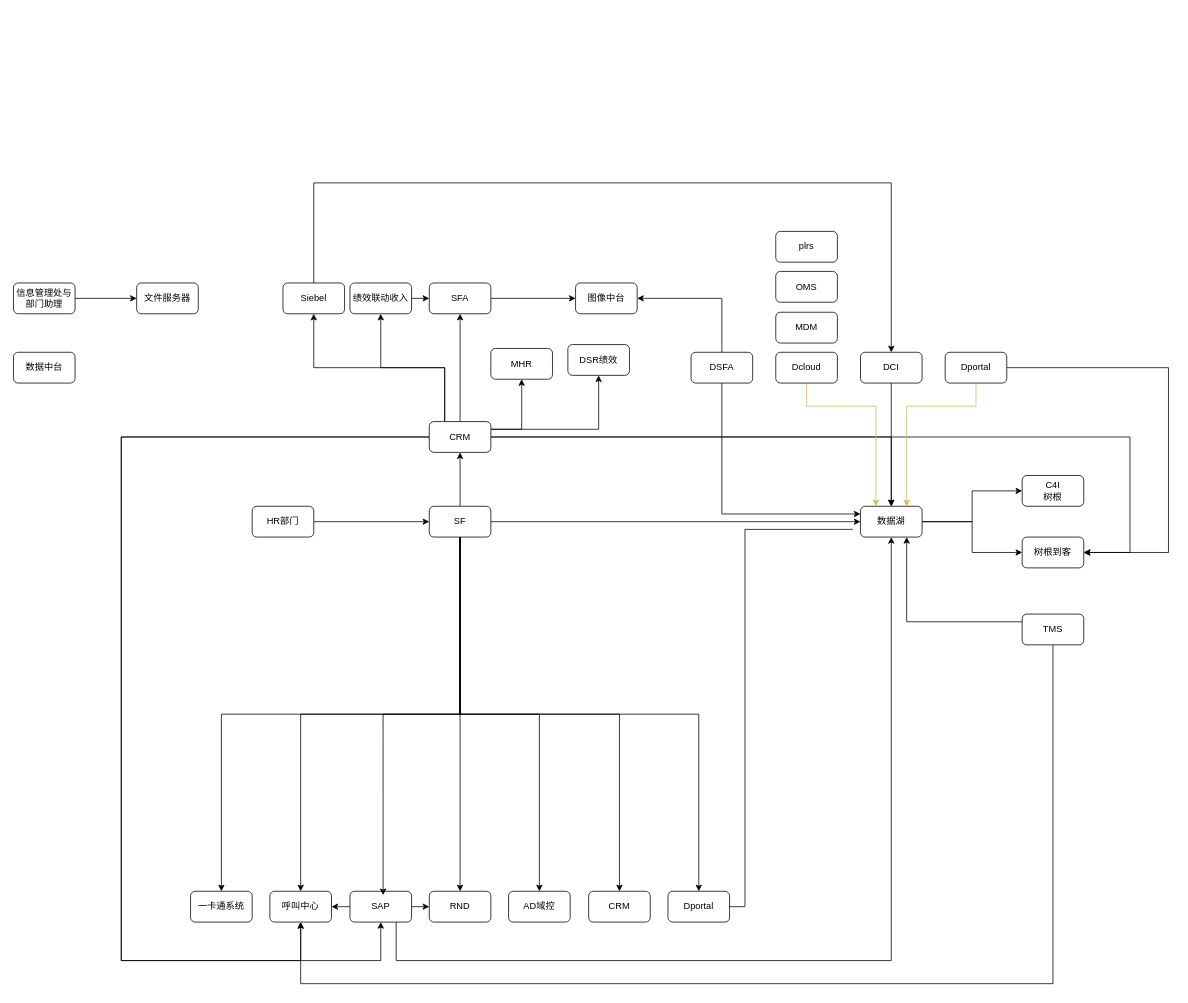
Before: 欣和-组织架构变更数据影响流向图.drawio in 18857545022/-, a draw.io diagram. Source tidied: cells renumbered, new cells numbered last; positions are measured from the earlier drawing's top-left corner, leaving out a move shared by most shapes. Both pictures are drawn from the tidied source at 77%, with x=0, y=0 at pixel (13, -102).
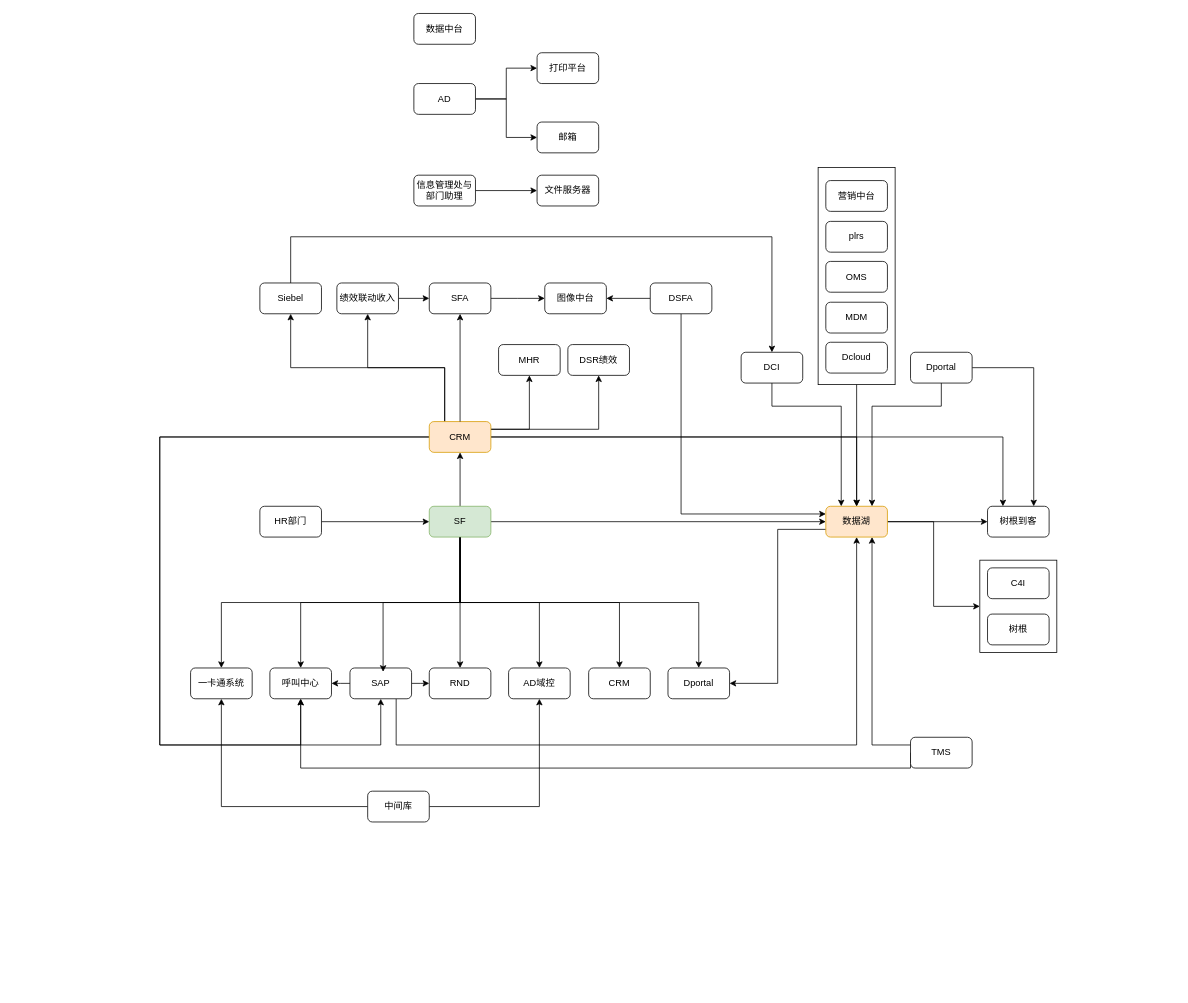
After the change.

Commit message:
更新欣和-组织架构变更数据影响流向图.drawio

The edit, as a diff of the source:
```diff
@@
     <mxCell id="3" value="MHR" style="rounded=1;whiteSpace=wrap;html=1;" parent="1" vertex="1">
-      <mxGeometry x="620" y="585" width="80" height="40" as="geometry" />
+      <mxGeometry x="630" y="580" width="80" height="40" as="geometry" />
     </mxCell>
     <mxCell id="4" style="edgeStyle=orthogonalEdgeStyle;rounded=0;jettySize=auto;html=1;exitX=0.5;exitY=0;exitDx=0;exitDy=0;entryX=0.5;entryY=0;entryDx=0;entryDy=0;" parent="1" edge="1" source="5" target="50">
       <mxGeometry relative="1" as="geometry">
         <Array as="points">
-          <mxPoint x="390" y="370" />
-          <mxPoint x="1140" y="370" />
+          <mxPoint x="360" y="440" />
+          <mxPoint x="985" y="440" />
         </Array>
       </mxGeometry>
     </mxCell>
     <mxCell id="5" value="Siebel" style="rounded=1;whiteSpace=wrap;html=1;" parent="1" vertex="1">
-      <mxGeometry x="350" y="500" width="80" height="40" as="geometry" />
+      <mxGeometry x="320" y="500" width="80" height="40" as="geometry" />
     </mxCell>
@@
     <mxCell id="7" value="绩效联动收入" style="rounded=1;whiteSpace=wrap;html=1;" parent="1" vertex="1">
-      <mxGeometry x="437" y="500" width="80" height="40" as="geometry" />
+      <mxGeometry x="420" y="500" width="80" height="40" as="geometry" />
     </mxCell>
@@
-    <mxCell id="17" value="SF" style="rounded=1;whiteSpace=wrap;html=1;" parent="1" vertex="1">
+    <mxCell id="17" value="SF" style="rounded=1;whiteSpace=wrap;html=1;fillColor=#d5e8d4;strokeColor=#82b366;" parent="1" vertex="1">
       <mxGeometry x="540" y="790" width="80" height="40" as="geometry" />
     </mxCell>
@@
     <mxCell id="19" value="HR部门" style="rounded=1;whiteSpace=wrap;html=1;" parent="1" vertex="1">
-      <mxGeometry x="310" y="790" width="80" height="40" as="geometry" />
+      <mxGeometry x="320" y="790" width="80" height="40" as="geometry" />
     </mxCell>
-    <mxCell id="20" style="edgeStyle=orthogonalEdgeStyle;rounded=0;orthogonalLoop=1;jettySize=auto;html=1;exitX=0;exitY=0.75;exitDx=0;exitDy=0;entryX=1;entryY=0.5;entryDx=0;entryDy=0;" parent="1" edge="1">
-      <mxGeometry relative="1" as="geometry">
-        <mxPoint x="1090" y="820" as="sourcePoint" />
-        <mxPoint x="920" y="1310" as="targetPoint" />
-        <Array as="points">
-          <mxPoint x="950" y="820" />
-          <mxPoint x="950" y="1310" />
-        </Array>
-      </mxGeometry>
-    </mxCell>
-    <mxCell id="21" style="edgeStyle=orthogonalEdgeStyle;rounded=0;jettySize=auto;html=1;" parent="1" edge="1" source="23" target="35">
-      <mxGeometry relative="1" as="geometry" />
-    </mxCell>
@@
+    <mxCell id="70" style="edgeStyle=orthogonalEdgeStyle;rounded=0;jettySize=auto;html=1;exitX=0;exitY=0.75;exitDx=0;exitDy=0;entryX=1;entryY=0.5;entryDx=0;entryDy=0;" parent="1" edge="1" source="23" target="26">
+      <mxGeometry relative="1" as="geometry" />
+    </mxCell>
+    <mxCell id="71" style="edgeStyle=orthogonalEdgeStyle;rounded=0;jettySize=auto;html=1;exitX=1;exitY=0.5;exitDx=0;exitDy=0;entryX=0;entryY=0.5;entryDx=0;entryDy=0;" parent="1" edge="1" source="23" target="85">
+      <mxGeometry relative="1" as="geometry" />
+    </mxCell>
-    <mxCell id="23" value="数据湖" style="rounded=1;whiteSpace=wrap;html=1;" parent="1" vertex="1">
-      <mxGeometry x="1100" y="790" width="80" height="40" as="geometry" />
+    <mxCell id="23" value="数据湖" style="rounded=1;whiteSpace=wrap;html=1;fillColor=#ffe6cc;strokeColor=#d79b00;" parent="1" vertex="1">
+      <mxGeometry x="1055" y="790" width="80" height="40" as="geometry" />
     </mxCell>
     <mxCell id="24" value="CRM" style="rounded=1;whiteSpace=wrap;html=1;" parent="1" vertex="1">
-      <mxGeometry x="747" y="1290" width="80" height="40" as="geometry" />
+      <mxGeometry x="747" y="1000" width="80" height="40" as="geometry" />
     </mxCell>
     <mxCell id="25" value="AD域控" style="rounded=1;whiteSpace=wrap;html=1;" parent="1" vertex="1">
-      <mxGeometry x="643" y="1290" width="80" height="40" as="geometry" />
+      <mxGeometry x="643" y="1000" width="80" height="40" as="geometry" />
     </mxCell>
     <mxCell id="26" value="Dportal" style="rounded=1;whiteSpace=wrap;html=1;" parent="1" vertex="1">
-      <mxGeometry x="850" y="1290" width="80" height="40" as="geometry" />
+      <mxGeometry x="850" y="1000" width="80" height="40" as="geometry" />
     </mxCell>
     <mxCell id="27" value="RND" style="rounded=1;whiteSpace=wrap;html=1;" parent="1" vertex="1">
-      <mxGeometry x="540" y="1290" width="80" height="40" as="geometry" />
+      <mxGeometry x="540" y="1000" width="80" height="40" as="geometry" />
     </mxCell>
     <mxCell id="28" style="edgeStyle=orthogonalEdgeStyle;rounded=0;jettySize=auto;html=1;exitX=0.75;exitY=1;exitDx=0;exitDy=0;entryX=0.5;entryY=1;entryDx=0;entryDy=0;" parent="1" edge="1" source="31" target="23">
       <mxGeometry relative="1" as="geometry">
         <Array as="points">
-          <mxPoint x="497" y="1380" />
-          <mxPoint x="1140" y="1380" />
+          <mxPoint x="497" y="1100" />
+          <mxPoint x="1095" y="1100" />
         </Array>
       </mxGeometry>
     </mxCell>
@@
     <mxCell id="31" value="SAP" style="rounded=1;whiteSpace=wrap;html=1;" parent="1" vertex="1">
-      <mxGeometry x="437" y="1290" width="80" height="40" as="geometry" />
+      <mxGeometry x="437" y="1000" width="80" height="40" as="geometry" />
     </mxCell>
     <mxCell id="32" value="呼叫中心" style="rounded=1;whiteSpace=wrap;html=1;" parent="1" vertex="1">
-      <mxGeometry x="333" y="1290" width="80" height="40" as="geometry" />
+      <mxGeometry x="333" y="1000" width="80" height="40" as="geometry" />
     </mxCell>
     <mxCell id="33" value="一卡通系统" style="rounded=1;whiteSpace=wrap;html=1;" parent="1" vertex="1">
-      <mxGeometry x="230" y="1290" width="80" height="40" as="geometry" />
+      <mxGeometry x="230" y="1000" width="80" height="40" as="geometry" />
     </mxCell>
@@
-    <mxCell id="35" value="C4I&lt;br&gt;树根" style="rounded=1;whiteSpace=wrap;html=1;" parent="1" vertex="1">
-      <mxGeometry x="1310" y="750" width="80" height="40" as="geometry" />
-    </mxCell>
     <mxCell id="36" value="树根到客" style="rounded=1;whiteSpace=wrap;html=1;" parent="1" vertex="1">
-      <mxGeometry x="1310" y="830" width="80" height="40" as="geometry" />
+      <mxGeometry x="1265" y="790" width="80" height="40" as="geometry" />
     </mxCell>
@@
     <mxCell id="38" style="edgeStyle=orthogonalEdgeStyle;rounded=0;jettySize=auto;html=1;exitX=0;exitY=0.5;exitDx=0;exitDy=0;entryX=0.5;entryY=1;entryDx=0;entryDy=0;" parent="1" edge="1" source="45" target="31">
       <mxGeometry relative="1" as="geometry">
         <Array as="points">
-          <mxPoint x="140" y="700" />
-          <mxPoint x="140" y="1380" />
-          <mxPoint x="477" y="1380" />
+          <mxPoint x="190" y="700" />
+          <mxPoint x="190" y="1100" />
+          <mxPoint x="477" y="1100" />
         </Array>
       </mxGeometry>
     </mxCell>
-    <mxCell id="39" style="edgeStyle=orthogonalEdgeStyle;rounded=0;jettySize=auto;html=1;exitX=1;exitY=0.5;exitDx=0;exitDy=0;entryX=1;entryY=0.5;entryDx=0;entryDy=0;" parent="1" edge="1" source="45" target="36">
-      <mxGeometry relative="1" as="geometry">
-        <Array as="points">
-          <mxPoint x="1450" y="700" />
-          <mxPoint x="1450" y="850" />
-        </Array>
-      </mxGeometry>
-    </mxCell>
     <mxCell id="40" style="edgeStyle=orthogonalEdgeStyle;rounded=0;jettySize=auto;html=1;exitX=0;exitY=0.5;exitDx=0;exitDy=0;entryX=0.5;entryY=1;entryDx=0;entryDy=0;" parent="1" edge="1" source="45" target="32">
       <mxGeometry relative="1" as="geometry">
         <Array as="points">
-          <mxPoint x="140" y="700" />
-          <mxPoint x="140" y="1380" />
-          <mxPoint x="373" y="1380" />
+          <mxPoint x="190" y="700" />
+          <mxPoint x="190" y="1100" />
+          <mxPoint x="373" y="1100" />
         </Array>
       </mxGeometry>
     </mxCell>
@@
+    <mxCell id="39" style="edgeStyle=orthogonalEdgeStyle;rounded=0;jettySize=auto;html=1;exitX=1;exitY=0.5;exitDx=0;exitDy=0;entryX=0.25;entryY=0;entryDx=0;entryDy=0;" parent="1" edge="1" source="45" target="36">
+      <mxGeometry relative="1" as="geometry" />
+    </mxCell>
-    <mxCell id="45" value="CRM" style="rounded=1;whiteSpace=wrap;html=1;" parent="1" vertex="1">
+    <mxCell id="45" value="CRM" style="rounded=1;whiteSpace=wrap;html=1;fillColor=#ffe6cc;strokeColor=#d79b00;" parent="1" vertex="1">
       <mxGeometry x="540" y="680" width="80" height="40" as="geometry" />
     </mxCell>
@@
-    <mxCell id="49" style="edgeStyle=orthogonalEdgeStyle;rounded=0;jettySize=auto;html=1;exitX=0.5;exitY=1;exitDx=0;exitDy=0;" parent="1" edge="1" source="50">
+    <mxCell id="49" style="edgeStyle=orthogonalEdgeStyle;rounded=0;orthogonalLoop=1;jettySize=auto;html=1;exitX=0.5;exitY=1;exitDx=0;exitDy=0;" parent="1" edge="1">
       <mxGeometry relative="1" as="geometry">
-        <mxPoint x="1140" y="790" as="targetPoint" />
+        <mxPoint x="1095" y="630" as="sourcePoint" />
+        <mxPoint x="1095" y="790" as="targetPoint" />
       </mxGeometry>
     </mxCell>
-    <mxCell id="50" value="DCI" style="rounded=1;whiteSpace=wrap;html=1;" parent="1" vertex="1">
-      <mxGeometry x="1100" y="590" width="80" height="40" as="geometry" />
-    </mxCell>
-    <mxCell id="51" style="edgeStyle=orthogonalEdgeStyle;rounded=0;jettySize=auto;html=1;exitX=0.5;exitY=1;exitDx=0;exitDy=0;entryX=0.25;entryY=0;entryDx=0;entryDy=0;strokeColor=#d6b656;fillColor=#fff2cc;" parent="1" edge="1" source="52" target="23">
-      <mxGeometry relative="1" as="geometry">
-        <Array as="points">
-          <mxPoint x="1030" y="660" />
-          <mxPoint x="1120" y="660" />
-        </Array>
-      </mxGeometry>
-    </mxCell>
-    <mxCell id="52" value="Dcloud" style="rounded=1;whiteSpace=wrap;html=1;" parent="1" vertex="1">
-      <mxGeometry x="990" y="590" width="80" height="40" as="geometry" />
-    </mxCell>
-    <mxCell id="53" style="edgeStyle=orthogonalEdgeStyle;rounded=0;jettySize=auto;html=1;exitX=0.5;exitY=1;exitDx=0;exitDy=0;entryX=0.75;entryY=0;entryDx=0;entryDy=0;fillColor=#fff2cc;strokeColor=#d6b656;" parent="1" edge="1" source="55" target="23">
+    <mxCell id="53" style="edgeStyle=orthogonalEdgeStyle;rounded=0;jettySize=auto;html=1;exitX=0.5;exitY=1;exitDx=0;exitDy=0;entryX=0.75;entryY=0;entryDx=0;entryDy=0;fillColor=#fff2cc;strokeColor=#000000;" parent="1" edge="1" source="55" target="23">
       <mxGeometry relative="1" as="geometry">
         <Array as="points">
-          <mxPoint x="1250" y="660" />
-          <mxPoint x="1160" y="660" />
+          <mxPoint x="1205" y="660" />
+          <mxPoint x="1115" y="660" />
         </Array>
       </mxGeometry>
     </mxCell>
-    <mxCell id="54" style="edgeStyle=elbowEdgeStyle;rounded=0;jettySize=auto;html=1;exitX=1;exitY=0.5;exitDx=0;exitDy=0;entryX=1;entryY=0.5;entryDx=0;entryDy=0;" parent="1" edge="1" source="55" target="36">
-      <mxGeometry relative="1" as="geometry">
-        <Array as="points">
-          <mxPoint x="1500" y="740" />
-        </Array>
-      </mxGeometry>
+    <mxCell id="54" style="edgeStyle=orthogonalEdgeStyle;rounded=0;jettySize=auto;html=1;exitX=1;exitY=0.5;exitDx=0;exitDy=0;entryX=0.75;entryY=0;entryDx=0;entryDy=0;" parent="1" edge="1" source="55" target="36">
+      <mxGeometry relative="1" as="geometry" />
     </mxCell>
     <mxCell id="55" value="Dportal" style="rounded=1;whiteSpace=wrap;html=1;" parent="1" vertex="1">
-      <mxGeometry x="1210" y="590" width="80" height="40" as="geometry" />
+      <mxGeometry x="1165" y="590" width="80" height="40" as="geometry" />
     </mxCell>
     <mxCell id="56" style="edgeStyle=elbowEdgeStyle;rounded=0;jettySize=auto;html=1;exitX=0.5;exitY=1;exitDx=0;exitDy=0;entryX=0;entryY=0.25;entryDx=0;entryDy=0;" parent="1" edge="1" source="58" target="23">
       <mxGeometry relative="1" as="geometry">
         <Array as="points">
-          <mxPoint x="920" y="720" />
+          <mxPoint x="867" y="710" />
         </Array>
       </mxGeometry>
     </mxCell>
-    <mxCell id="57" style="edgeStyle=elbowEdgeStyle;rounded=0;jettySize=auto;html=1;exitX=0.5;exitY=0;exitDx=0;exitDy=0;entryX=1;entryY=0.5;entryDx=0;entryDy=0;" parent="1" edge="1" source="58" target="59">
-      <mxGeometry relative="1" as="geometry">
-        <Array as="points">
-          <mxPoint x="920" y="560" />
-        </Array>
-      </mxGeometry>
+    <mxCell id="57" style="edgeStyle=orthogonalEdgeStyle;rounded=0;jettySize=auto;html=1;exitX=0;exitY=0.5;exitDx=0;exitDy=0;entryX=1;entryY=0.5;entryDx=0;entryDy=0;" parent="1" edge="1" source="58" target="59">
+      <mxGeometry relative="1" as="geometry" />
     </mxCell>
     <mxCell id="58" value="DSFA" style="rounded=1;whiteSpace=wrap;html=1;" parent="1" vertex="1">
-      <mxGeometry x="880" y="590" width="80" height="40" as="geometry" />
+      <mxGeometry x="827" y="500" width="80" height="40" as="geometry" />
     </mxCell>
     <mxCell id="59" value="图像中台" style="rounded=1;whiteSpace=wrap;html=1;" parent="1" vertex="1">
-      <mxGeometry x="730" y="500" width="80" height="40" as="geometry" />
+      <mxGeometry x="690" y="500" width="80" height="40" as="geometry" />
     </mxCell>
-    <mxCell id="60" value="MDM" style="rounded=1;whiteSpace=wrap;html=1;" parent="1" vertex="1">
-      <mxGeometry x="990" y="538" width="80" height="40" as="geometry" />
-    </mxCell>
-    <mxCell id="61" value="OMS" style="rounded=1;whiteSpace=wrap;html=1;" parent="1" vertex="1">
-      <mxGeometry x="990" y="485" width="80" height="40" as="geometry" />
-    </mxCell>
-    <mxCell id="62" value="plrs" style="rounded=1;whiteSpace=wrap;html=1;" parent="1" vertex="1">
-      <mxGeometry x="990" y="433" width="80" height="40" as="geometry" />
-    </mxCell>
+    <mxCell id="64" style="edgeStyle=orthogonalEdgeStyle;rounded=0;jettySize=auto;html=1;exitX=0;exitY=0.5;exitDx=0;exitDy=0;entryX=0.5;entryY=1;entryDx=0;entryDy=0;" parent="1" edge="1" source="65" target="32">
+      <mxGeometry relative="1" as="geometry">
+        <Array as="points">
+          <mxPoint x="373" y="1130" />
+        </Array>
+      </mxGeometry>
+    </mxCell>
@@
-    <mxCell id="64" style="edgeStyle=orthogonalEdgeStyle;rounded=0;jettySize=auto;html=1;exitX=0.5;exitY=1;exitDx=0;exitDy=0;entryX=0.5;entryY=1;entryDx=0;entryDy=0;" parent="1" edge="1" source="65" target="32">
-      <mxGeometry relative="1" as="geometry">
-        <Array as="points">
-          <mxPoint x="1350" y="1410" />
-          <mxPoint x="373" y="1410" />
-        </Array>
-      </mxGeometry>
-    </mxCell>
     <mxCell id="65" value="TMS" style="rounded=1;whiteSpace=wrap;html=1;" parent="1" vertex="1">
-      <mxGeometry x="1310" y="930" width="80" height="40" as="geometry" />
+      <mxGeometry x="1165" y="1090" width="80" height="40" as="geometry" />
     </mxCell>
     <mxCell id="66" value="数据中台" style="rounded=1;whiteSpace=wrap;html=1;" parent="1" vertex="1">
-      <mxGeometry y="590" width="80" height="40" as="geometry" />
+      <mxGeometry x="520" y="150" width="80" height="40" as="geometry" />
     </mxCell>
@@
     <mxCell id="68" value="信息管理处与部门助理" style="rounded=1;whiteSpace=wrap;html=1;" parent="1" vertex="1">
-      <mxGeometry y="500" width="80" height="40" as="geometry" />
+      <mxGeometry x="520" y="360" width="80" height="40" as="geometry" />
     </mxCell>
     <mxCell id="69" value="文件服务器" style="rounded=1;whiteSpace=wrap;html=1;" parent="1" vertex="1">
-      <mxGeometry x="160" y="500" width="80" height="40" as="geometry" />
+      <mxGeometry x="680" y="360" width="80" height="40" as="geometry" />
     </mxCell>
+    <mxCell id="72" style="edgeStyle=orthogonalEdgeStyle;rounded=0;jettySize=auto;html=1;exitX=0;exitY=0.5;exitDx=0;exitDy=0;entryX=0.5;entryY=1;entryDx=0;entryDy=0;" parent="1" edge="1" source="74" target="33">
+      <mxGeometry relative="1" as="geometry" />
+    </mxCell>
+    <mxCell id="73" style="edgeStyle=orthogonalEdgeStyle;rounded=0;jettySize=auto;html=1;exitX=1;exitY=0.5;exitDx=0;exitDy=0;entryX=0.5;entryY=1;entryDx=0;entryDy=0;" parent="1" edge="1" source="74" target="25">
+      <mxGeometry relative="1" as="geometry" />
+    </mxCell>
+    <mxCell id="74" value="中间库" style="rounded=1;whiteSpace=wrap;html=1;" parent="1" vertex="1">
+      <mxGeometry x="460" y="1160" width="80" height="40" as="geometry" />
+    </mxCell>
+    <mxCell id="75" style="edgeStyle=orthogonalEdgeStyle;rounded=0;jettySize=auto;html=1;" parent="1" edge="1" source="77" target="78">
+      <mxGeometry relative="1" as="geometry" />
+    </mxCell>
+    <mxCell id="76" style="edgeStyle=orthogonalEdgeStyle;rounded=0;jettySize=auto;html=1;exitX=1;exitY=0.5;exitDx=0;exitDy=0;entryX=0;entryY=0.5;entryDx=0;entryDy=0;" parent="1" edge="1" source="77" target="79">
+      <mxGeometry relative="1" as="geometry" />
+    </mxCell>
+    <mxCell id="77" value="AD" style="rounded=1;whiteSpace=wrap;html=1;" parent="1" vertex="1">
+      <mxGeometry x="520" y="241" width="80" height="40" as="geometry" />
+    </mxCell>
+    <mxCell id="78" value="打印平台" style="rounded=1;whiteSpace=wrap;html=1;" parent="1" vertex="1">
+      <mxGeometry x="680" y="201" width="80" height="40" as="geometry" />
+    </mxCell>
+    <mxCell id="79" value="邮箱" style="rounded=1;whiteSpace=wrap;html=1;" parent="1" vertex="1">
+      <mxGeometry x="680" y="291" width="80" height="40" as="geometry" />
+    </mxCell>
+    <mxCell id="80" style="edgeStyle=orthogonalEdgeStyle;rounded=0;jettySize=auto;html=1;exitX=0.5;exitY=1;exitDx=0;exitDy=0;entryX=0.25;entryY=0;entryDx=0;entryDy=0;strokeColor=#000000;" parent="1" edge="1" source="50" target="23">
+      <mxGeometry relative="1" as="geometry">
+        <Array as="points">
+          <mxPoint x="985" y="660" />
+          <mxPoint x="1075" y="660" />
+        </Array>
+      </mxGeometry>
+    </mxCell>
+    <mxCell id="50" value="DCI" style="rounded=1;whiteSpace=wrap;html=1;" parent="1" vertex="1">
+      <mxGeometry x="945" y="590" width="80" height="40" as="geometry" />
+    </mxCell>
+    <mxCell id="81" style="group;" parent="1" vertex="1">
+      <mxGeometry x="1045" y="350" width="100" height="282" as="geometry" />
+    </mxCell>
+    <mxCell id="82" style="rounded=0;whiteSpace=wrap;html=1;" parent="81" vertex="1">
+      <mxGeometry width="100" height="282" as="geometry" />
+    </mxCell>
+    <mxCell id="52" value="Dcloud" style="rounded=1;whiteSpace=wrap;html=1;" parent="81" vertex="1">
+      <mxGeometry x="10" y="227" width="80" height="40" as="geometry" />
+    </mxCell>
+    <mxCell id="60" value="MDM" style="rounded=1;whiteSpace=wrap;html=1;" parent="81" vertex="1">
+      <mxGeometry x="10" y="175" width="80" height="40" as="geometry" />
+    </mxCell>
+    <mxCell id="61" value="OMS" style="rounded=1;whiteSpace=wrap;html=1;" parent="81" vertex="1">
+      <mxGeometry x="10" y="122" width="80" height="40" as="geometry" />
+    </mxCell>
+    <mxCell id="62" value="plrs" style="rounded=1;whiteSpace=wrap;html=1;" parent="81" vertex="1">
+      <mxGeometry x="10" y="70" width="80" height="40" as="geometry" />
+    </mxCell>
+    <mxCell id="83" value="营销中台" style="rounded=1;whiteSpace=wrap;html=1;" parent="81" vertex="1">
+      <mxGeometry x="10" y="17" width="80" height="40" as="geometry" />
+    </mxCell>
+    <mxCell id="84" style="group;" parent="1" vertex="1">
+      <mxGeometry x="1255" y="860" width="100" height="120" as="geometry" />
+    </mxCell>
+    <mxCell id="85" style="rounded=0;whiteSpace=wrap;html=1;" parent="84" vertex="1">
+      <mxGeometry width="100" height="120" as="geometry" />
+    </mxCell>
+    <mxCell id="35" value="树根" style="rounded=1;whiteSpace=wrap;html=1;" parent="84" vertex="1">
+      <mxGeometry x="10" y="70" width="80" height="40" as="geometry" />
+    </mxCell>
+    <mxCell id="86" value="C4I" style="rounded=1;whiteSpace=wrap;html=1;" parent="84" vertex="1">
+      <mxGeometry x="10" y="10" width="80" height="40" as="geometry" />
+    </mxCell>
```
